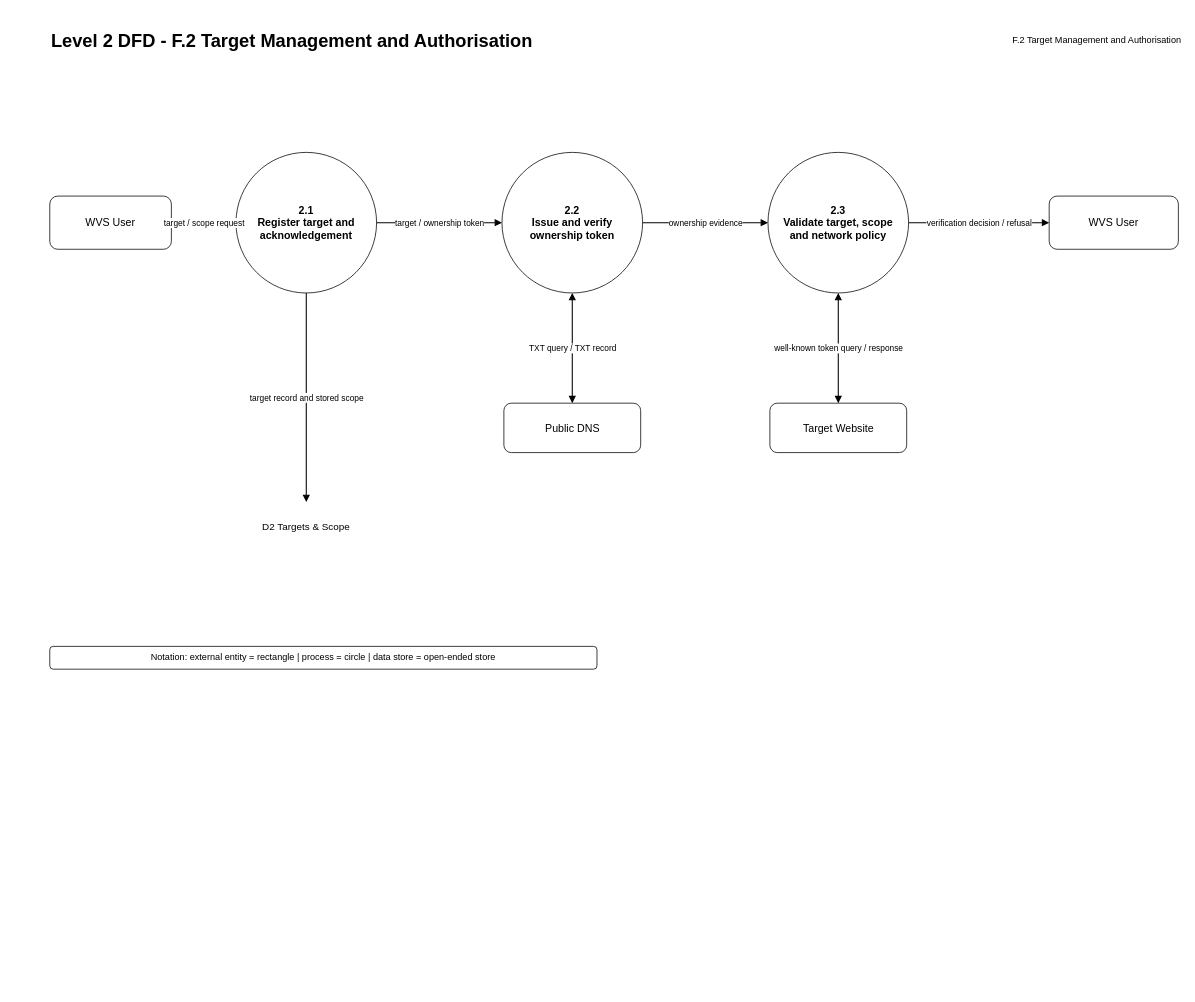
The draw.io diagram page "F.2" (4 of 11) of docs/Website_Vulnerability_Scanner_DFD.drawio in ksacheth/software-engineering, before the edit. Source tidied: cells renumbered, new cells numbered last; positions are measured from the earlier drawing's top-left corner, leaving out a move shared by most shapes. Both pictures are drawn from the tidied source at 76%, with x=0, y=0 at pixel (49, 26).
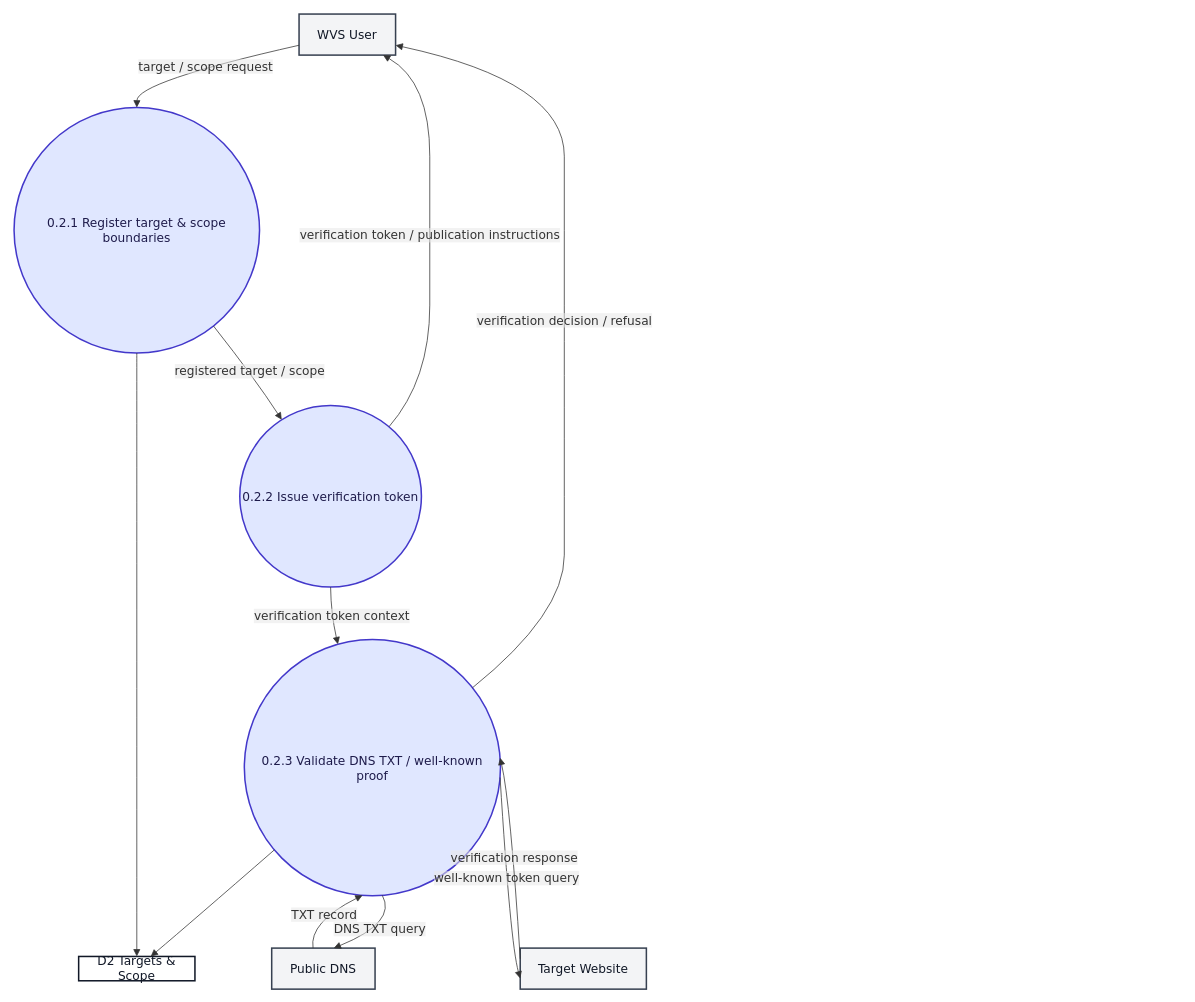
After the change.

Diff of the diagram source:
```diff
@@
-    <mxCell id="2" value="Level 2 DFD - F.2 Target Management and Authorisation" style="text;html=1;align=left;verticalAlign=middle;fontSize=24;fontStyle=1;fontColor=#000000;" parent="1" vertex="1">
-      <mxGeometry width="800" height="40" as="geometry" />
+    <mxCell id="2" value="WVS User" style="html=1;whiteSpace=wrap;strokeWidth=2;fillColor=#f3f4f6;strokeColor=#374151;fontColor=#111827;fontFamily=Trebuchet MS,Verdana,Arial,sans-serif;fontSize=16;" parent="1" vertex="1">
+      <mxGeometry x="328" y="-16" width="127" height="54" as="geometry" />
     </mxCell>
-    <mxCell id="3" value="F.2 Target Management and Authorisation" style="text;html=1;align=right;verticalAlign=middle;fontSize=12;fontColor=#000000;" parent="1" vertex="1">
-      <mxGeometry x="970" y="4" width="520" height="30" as="geometry" />
+    <mxCell id="3" value="0.2.1 Register target &amp; scope boundaries" style="ellipse;html=1;strokeWidth=2;whiteSpace=wrap;fillColor=#e0e7ff;strokeColor=#4338ca;fontColor=#1e1b4b;fontFamily=Trebuchet MS,Verdana,Arial,sans-serif;fontSize=16;" parent="1" vertex="1">
+      <mxGeometry x="-47" y="107" width="323" height="323" as="geometry" />
     </mxCell>
-    <mxCell id="4" value="Notation: external entity = rectangle | process = circle | data store = open-ended store" style="rounded=1;whiteSpace=wrap;html=1;fillColor=#ffffff;strokeColor=#000000;fontSize=12;fontColor=#000000;" parent="1" vertex="1">
-      <mxGeometry y="816" width="720" height="30" as="geometry" />
+    <mxCell id="4" value="0.2.2 Issue verification token" style="ellipse;html=1;strokeWidth=2;whiteSpace=wrap;fillColor=#e0e7ff;strokeColor=#4338ca;fontColor=#1e1b4b;fontFamily=Trebuchet MS,Verdana,Arial,sans-serif;fontSize=16;" parent="1" vertex="1">
+      <mxGeometry x="250" y="499" width="239" height="239" as="geometry" />
     </mxCell>
-    <mxCell id="5" value="2.1&lt;br&gt;Register target and&lt;br&gt;acknowledgement" style="shape=ellipse;whiteSpace=wrap;html=1;fillColor=#ffffff;strokeColor=#000000;fontSize=14;fontStyle=1;fontColor=#000000;" parent="1" vertex="1">
-      <mxGeometry x="245" y="166" width="185" height="185" as="geometry" />
+    <mxCell id="5" value="0.2.3 Validate DNS TXT / well-known proof" style="ellipse;html=1;strokeWidth=2;whiteSpace=wrap;fillColor=#e0e7ff;strokeColor=#4338ca;fontColor=#1e1b4b;fontFamily=Trebuchet MS,Verdana,Arial,sans-serif;fontSize=16;" parent="1" vertex="1">
+      <mxGeometry x="256" y="807" width="337" height="337" as="geometry" />
     </mxCell>
-    <mxCell id="6" value="2.2&lt;br&gt;Issue and verify&lt;br&gt;ownership token" style="shape=ellipse;whiteSpace=wrap;html=1;fillColor=#ffffff;strokeColor=#000000;fontSize=14;fontStyle=1;fontColor=#000000;" parent="1" vertex="1">
-      <mxGeometry x="595" y="166" width="185" height="185" as="geometry" />
+    <mxCell id="6" value="D2 Targets &amp; Scope" style="html=1;whiteSpace=wrap;strokeWidth=2;fillColor=none;strokeColor=#111827;fontColor=#111827;fontFamily=Trebuchet MS,Verdana,Arial,sans-serif;fontSize=16;" parent="1" vertex="1">
+      <mxGeometry x="38" y="1224" width="153" height="32" as="geometry" />
     </mxCell>
-    <mxCell id="7" value="2.3&lt;br&gt;Validate target, scope&lt;br&gt;and network policy" style="shape=ellipse;whiteSpace=wrap;html=1;fillColor=#ffffff;strokeColor=#000000;fontSize=14;fontStyle=1;fontColor=#000000;" parent="1" vertex="1">
-      <mxGeometry x="945" y="166" width="185" height="185" as="geometry" />
+    <mxCell id="7" value="Public DNS" style="html=1;whiteSpace=wrap;strokeWidth=2;fillColor=#f3f4f6;strokeColor=#374151;fontColor=#111827;fontFamily=Trebuchet MS,Verdana,Arial,sans-serif;fontSize=16;" parent="1" vertex="1">
+      <mxGeometry x="292" y="1213" width="136" height="54" as="geometry" />
     </mxCell>
-    <mxCell id="8" value="WVS User" style="rounded=1;whiteSpace=wrap;html=1;fillColor=#ffffff;strokeColor=#000000;fontSize=14;fontColor=#000000;" parent="1" vertex="1">
-      <mxGeometry y="223.5" width="160" height="70" as="geometry" />
+    <mxCell id="8" value="Target Website" style="html=1;whiteSpace=wrap;strokeWidth=2;fillColor=#f3f4f6;strokeColor=#374151;fontColor=#111827;fontFamily=Trebuchet MS,Verdana,Arial,sans-serif;fontSize=16;" parent="1" vertex="1">
+      <mxGeometry x="619" y="1213" width="166" height="54" as="geometry" />
     </mxCell>
-    <mxCell id="9" value="target / scope request" style="edgeStyle=orthogonalEdgeStyle;rounded=0;jettySize=auto;html=1;endArrow=block;endFill=1;strokeWidth=1.4;strokeColor=#000000;fontSize=11;fontColor=#000000;labelBackgroundColor=#ffffff;" parent="1" edge="1" source="8" target="5">
-      <mxGeometry relative="1" as="geometry" />
+    <mxCell id="9" value="target / scope request" style="curved=1;startArrow=none;endArrow=block;endSize=7;strokeColor=light-dark(#333333,#cccccc);html=1;fontSize=16;labelBackgroundColor=light-dark(#E8E8E88D,#2a2a2a8D);fontFamily=Trebuchet MS,Verdana,Arial,sans-serif;fontColor=light-dark(#333333,#cccccc);exitX=0;exitY=0.76;entryX=0.5;entryY=0;" parent="1" edge="1" source="2" target="3">
+      <mxGeometry relative="1" as="geometry">
+        <Array as="points">
+          <mxPoint x="115" y="73" />
+        </Array>
+      </mxGeometry>
     </mxCell>
-    <mxCell id="10" value="WVS User" style="rounded=1;whiteSpace=wrap;html=1;fillColor=#ffffff;strokeColor=#000000;fontSize=14;fontColor=#000000;" parent="1" vertex="1">
-      <mxGeometry x="1315" y="223.5" width="170" height="70" as="geometry" />
+    <mxCell id="10" value="verification decision / refusal" style="curved=1;startArrow=none;endArrow=block;endSize=7;strokeColor=light-dark(#333333,#cccccc);html=1;fontSize=16;labelBackgroundColor=light-dark(#E8E8E88D,#2a2a2a8D);fontFamily=Trebuchet MS,Verdana,Arial,sans-serif;fontColor=light-dark(#333333,#cccccc);exitX=1;exitY=0.1;entryX=1;entryY=0.76;" parent="1" edge="1" source="5" target="2">
+      <mxGeometry relative="1" as="geometry">
+        <Array as="points">
+          <mxPoint x="677" y="773" />
+          <mxPoint x="677" y="619" />
+          <mxPoint x="677" y="465" />
+          <mxPoint x="677" y="269" />
+          <mxPoint x="677" y="73" />
+        </Array>
+      </mxGeometry>
     </mxCell>
-    <mxCell id="11" value="verification decision / refusal" style="edgeStyle=orthogonalEdgeStyle;rounded=0;jettySize=auto;html=1;endArrow=block;endFill=1;strokeWidth=1.4;strokeColor=#000000;fontSize=11;fontColor=#000000;labelBackgroundColor=#ffffff;" parent="1" edge="1" source="7" target="10">
-      <mxGeometry relative="1" as="geometry" />
+    <mxCell id="11" value="registered target / scope" style="curved=1;startArrow=none;endArrow=block;endSize=7;strokeColor=light-dark(#333333,#cccccc);html=1;fontSize=16;labelBackgroundColor=light-dark(#E8E8E88D,#2a2a2a8D);fontFamily=Trebuchet MS,Verdana,Arial,sans-serif;fontColor=light-dark(#333333,#cccccc);exitX=0.9;exitY=1;entryX=0.18;entryY=0;" parent="1" edge="1" source="3" target="4">
+      <mxGeometry relative="1" as="geometry">
+        <Array as="points">
+          <mxPoint x="271" y="465" />
+        </Array>
+      </mxGeometry>
     </mxCell>
-    <mxCell id="12" value="target / ownership token" style="edgeStyle=orthogonalEdgeStyle;rounded=0;jettySize=auto;html=1;endArrow=block;endFill=1;strokeWidth=1.4;strokeColor=#000000;fontSize=11;fontColor=#000000;labelBackgroundColor=#ffffff;" parent="1" edge="1" source="5" target="6">
-      <mxGeometry relative="1" as="geometry" />
+    <mxCell id="12" value="verification token / publication instructions" style="curved=1;startArrow=none;endArrow=block;endSize=7;strokeColor=light-dark(#333333,#cccccc);html=1;fontSize=16;labelBackgroundColor=light-dark(#E8E8E88D,#2a2a2a8D);fontFamily=Trebuchet MS,Verdana,Arial,sans-serif;fontColor=light-dark(#333333,#cccccc);exitX=0.92;exitY=0;entryX=0.87;entryY=1;" parent="1" edge="1" source="4" target="2">
+      <mxGeometry relative="1" as="geometry">
+        <Array as="points">
+          <mxPoint x="500" y="465" />
+          <mxPoint x="500" y="269" />
+          <mxPoint x="500" y="73" />
+        </Array>
+      </mxGeometry>
     </mxCell>
-    <mxCell id="13" value="ownership evidence" style="edgeStyle=orthogonalEdgeStyle;rounded=0;jettySize=auto;html=1;endArrow=block;endFill=1;strokeWidth=1.4;strokeColor=#000000;fontSize=11;fontColor=#000000;labelBackgroundColor=#ffffff;" parent="1" edge="1" source="6" target="7">
-      <mxGeometry relative="1" as="geometry" />
+    <mxCell id="13" value="verification token context" style="curved=1;startArrow=none;endArrow=block;endSize=7;strokeColor=light-dark(#333333,#cccccc);html=1;fontSize=16;labelBackgroundColor=light-dark(#E8E8E88D,#2a2a2a8D);fontFamily=Trebuchet MS,Verdana,Arial,sans-serif;fontColor=light-dark(#333333,#cccccc);exitX=0.5;exitY=1;entryX=0.36;entryY=0;" parent="1" edge="1" source="4" target="5">
+      <mxGeometry relative="1" as="geometry">
+        <Array as="points">
+          <mxPoint x="370" y="773" />
+        </Array>
+      </mxGeometry>
     </mxCell>
-    <mxCell id="14" value="D2 Targets &amp; Scope" style="shape=partialRectangle;whiteSpace=wrap;html=1;fillColor=#ffffff;strokeColor=#000000;fontSize=13;fontColor=#000000;top=0;left=0;right=0;bottom=0;" parent="1" vertex="1">
-      <mxGeometry x="220" y="626" width="235" height="65" as="geometry" />
+    <mxCell id="14" style="curved=1;startArrow=none;endArrow=block;endSize=7;strokeColor=light-dark(#333333,#cccccc);exitX=0.5;exitY=1;entryX=0.5;entryY=0;" parent="1" edge="1" source="3" target="6">
+      <mxGeometry relative="1" as="geometry" />
     </mxCell>
-    <mxCell id="15" value="target record and stored scope" style="edgeStyle=orthogonalEdgeStyle;rounded=0;jettySize=auto;html=1;endArrow=block;endFill=1;strokeWidth=1.4;strokeColor=#000000;fontSize=11;fontColor=#000000;labelBackgroundColor=#ffffff;" parent="1" edge="1" source="5" target="14">
-      <mxGeometry relative="1" as="geometry" />
+    <mxCell id="15" style="curved=1;startArrow=none;endArrow=block;endSize=7;strokeColor=light-dark(#333333,#cccccc);exitX=0;exitY=0.92;entryX=0.62;entryY=0;" parent="1" edge="1" source="5" target="6">
+      <mxGeometry relative="1" as="geometry">
+        <Array as="points">
+          <mxPoint x="186" y="1179" />
+        </Array>
+      </mxGeometry>
     </mxCell>
-    <mxCell id="16" value="Public DNS" style="rounded=1;whiteSpace=wrap;html=1;fillColor=#ffffff;strokeColor=#000000;fontSize=14;fontColor=#000000;" parent="1" vertex="1">
-      <mxGeometry x="597.5" y="496" width="180" height="65" as="geometry" />
+    <mxCell id="16" value="DNS TXT query" style="curved=1;startArrow=none;endArrow=block;endSize=7;strokeColor=light-dark(#333333,#cccccc);html=1;fontSize=16;labelBackgroundColor=light-dark(#E8E8E88D,#2a2a2a8D);fontFamily=Trebuchet MS,Verdana,Arial,sans-serif;fontColor=light-dark(#333333,#cccccc);exitX=0.54;exitY=1;entryX=0.6;entryY=0;" parent="1" edge="1" source="5" target="7">
+      <mxGeometry relative="1" as="geometry">
+        <Array as="points">
+          <mxPoint x="457" y="1179" />
+        </Array>
+      </mxGeometry>
     </mxCell>
-    <mxCell id="17" value="TXT query / TXT record" style="edgeStyle=orthogonalEdgeStyle;rounded=0;jettySize=auto;html=1;startArrow=block;startFill=1;endArrow=block;endFill=1;strokeWidth=1.4;strokeColor=#000000;fontSize=11;fontColor=#000000;labelBackgroundColor=#ffffff;" parent="1" edge="1" source="6" target="16">
-      <mxGeometry relative="1" as="geometry" />
+    <mxCell id="17" value="TXT record" style="curved=1;startArrow=none;endArrow=block;endSize=7;strokeColor=light-dark(#333333,#cccccc);html=1;fontSize=16;labelBackgroundColor=light-dark(#E8E8E88D,#2a2a2a8D);fontFamily=Trebuchet MS,Verdana,Arial,sans-serif;fontColor=light-dark(#333333,#cccccc);exitX=0.4;exitY=0;entryX=0.46;entryY=1;" parent="1" edge="1" source="7" target="5">
+      <mxGeometry relative="1" as="geometry">
+        <Array as="points">
+          <mxPoint x="341" y="1179" />
+        </Array>
+      </mxGeometry>
     </mxCell>
-    <mxCell id="18" value="Target Website" style="rounded=1;whiteSpace=wrap;html=1;fillColor=#ffffff;strokeColor=#000000;fontSize=14;fontColor=#000000;" parent="1" vertex="1">
-      <mxGeometry x="947.5" y="496" width="180" height="65" as="geometry" />
+    <mxCell id="18" value="well-known token query" style="curved=1;startArrow=none;endArrow=block;endSize=7;strokeColor=light-dark(#333333,#cccccc);html=1;fontSize=16;labelBackgroundColor=light-dark(#E8E8E88D,#2a2a2a8D);fontFamily=Trebuchet MS,Verdana,Arial,sans-serif;fontColor=light-dark(#333333,#cccccc);exitX=1;exitY=0.54;entryX=0;entryY=0.74;" parent="1" edge="1" source="5" target="8">
+      <mxGeometry relative="1" as="geometry">
+        <Array as="points">
+          <mxPoint x="606" y="1206" />
+        </Array>
+      </mxGeometry>
     </mxCell>
-    <mxCell id="19" value="well-known token query / response" style="edgeStyle=orthogonalEdgeStyle;rounded=0;jettySize=auto;html=1;startArrow=block;startFill=1;endArrow=block;endFill=1;strokeWidth=1.4;strokeColor=#000000;fontSize=11;fontColor=#000000;labelBackgroundColor=#ffffff;" parent="1" edge="1" source="7" target="18">
-      <mxGeometry relative="1" as="geometry" />
+    <mxCell id="19" value="verification response" style="curved=1;startArrow=none;endArrow=block;endSize=7;strokeColor=light-dark(#333333,#cccccc);html=1;fontSize=16;labelBackgroundColor=light-dark(#E8E8E88D,#2a2a2a8D);fontFamily=Trebuchet MS,Verdana,Arial,sans-serif;fontColor=light-dark(#333333,#cccccc);exitX=0;exitY=0.26;entryX=1;entryY=0.46;" parent="1" edge="1" source="8" target="5">
+      <mxGeometry relative="1" as="geometry">
+        <Array as="points">
+          <mxPoint x="606" y="1021" />
+        </Array>
+      </mxGeometry>
     </mxCell>
```
